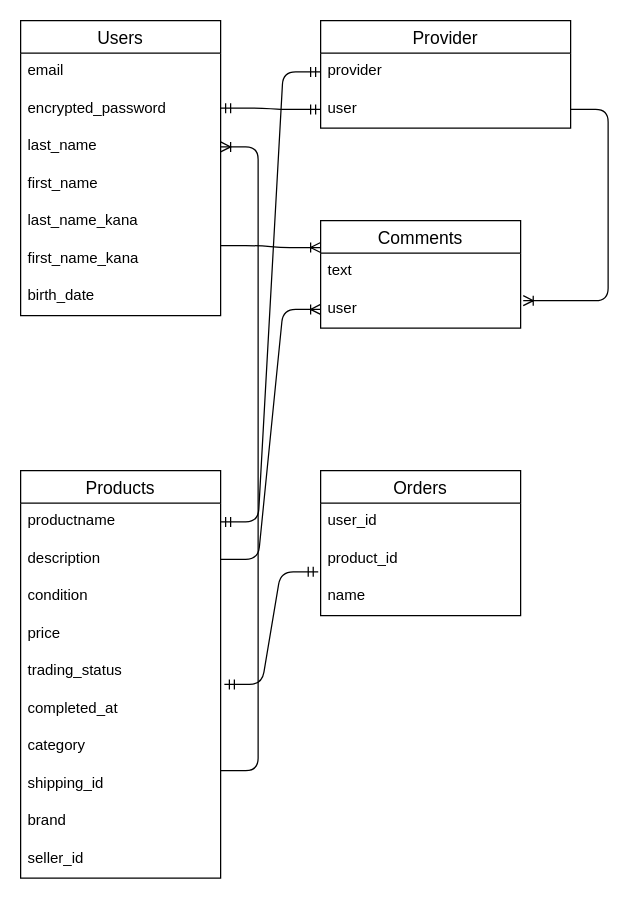
Earlier version of the draw.io diagram ER.dio (on102-yamauchi-kazuhiro/furima-35937). Source tidied: cells renumbered, new cells numbered last; positions are measured from the earlier drawing's top-left corner, leaving out a move shared by most shapes. Both pictures are drawn from the tidied source at 125%, with x=0, y=0 at pixel (20, 20).
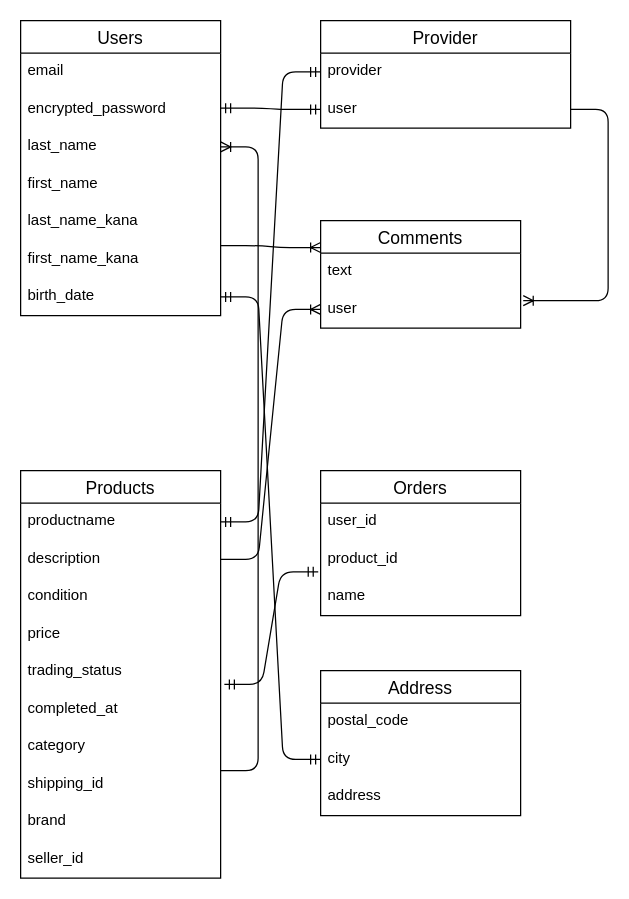
The same page after the edit.

Commit message (it also covers changes not shown here):
データ設計の修正２

Unchanged cells that the change refers to:
```xml
<mxCell id="9" value="birth_date" style="text;strokeColor=none;fillColor=none;spacingLeft=4;spacingRight=4;overflow=hidden;points=[[0,0.5],[1,0.5]];portConstraint=eastwest;fontSize=12;" parent="2" vertex="1">
  <mxGeometry y="206" width="160" height="30" as="geometry" />
</mxCell>
```

Change to the diagram source:
```diff
@@
+    <mxCell id="38" value="Address" style="swimlane;fontStyle=0;horizontal=1;startSize=26;align=center;fontSize=14;" parent="1" vertex="1">
+      <mxGeometry x="240" y="520" width="160" height="116" as="geometry" />
+    </mxCell>
+    <mxCell id="39" value="postal_code" style="text;strokeColor=none;fillColor=none;spacingLeft=4;spacingRight=4;overflow=hidden;fontSize=12;" parent="38" vertex="1">
+      <mxGeometry y="26" width="160" height="30" as="geometry" />
+    </mxCell>
+    <mxCell id="40" value="city" style="text;strokeColor=none;fillColor=none;spacingLeft=4;spacingRight=4;overflow=hidden;points=[[0,0.5],[1,0.5]];portConstraint=eastwest;fontSize=12;" parent="38" vertex="1">
+      <mxGeometry y="56" width="160" height="30" as="geometry" />
+    </mxCell>
+    <mxCell id="41" value="address" style="text;strokeColor=none;fillColor=none;spacingLeft=4;spacingRight=4;overflow=hidden;fontSize=12;" parent="38" vertex="1">
+      <mxGeometry y="86" width="160" height="30" as="geometry" />
+    </mxCell>
+    <mxCell id="42" style="edgeStyle=entityRelationEdgeStyle;fontSize=12;html=1;endArrow=ERmandOne;startArrow=ERmandOne;entryX=0;entryY=0.5;entryDx=0;entryDy=0;exitX=1;exitY=0.5;exitDx=0;exitDy=0;" parent="1" edge="1" source="9" target="40">
+      <mxGeometry relative="1" as="geometry" />
+    </mxCell>
```
